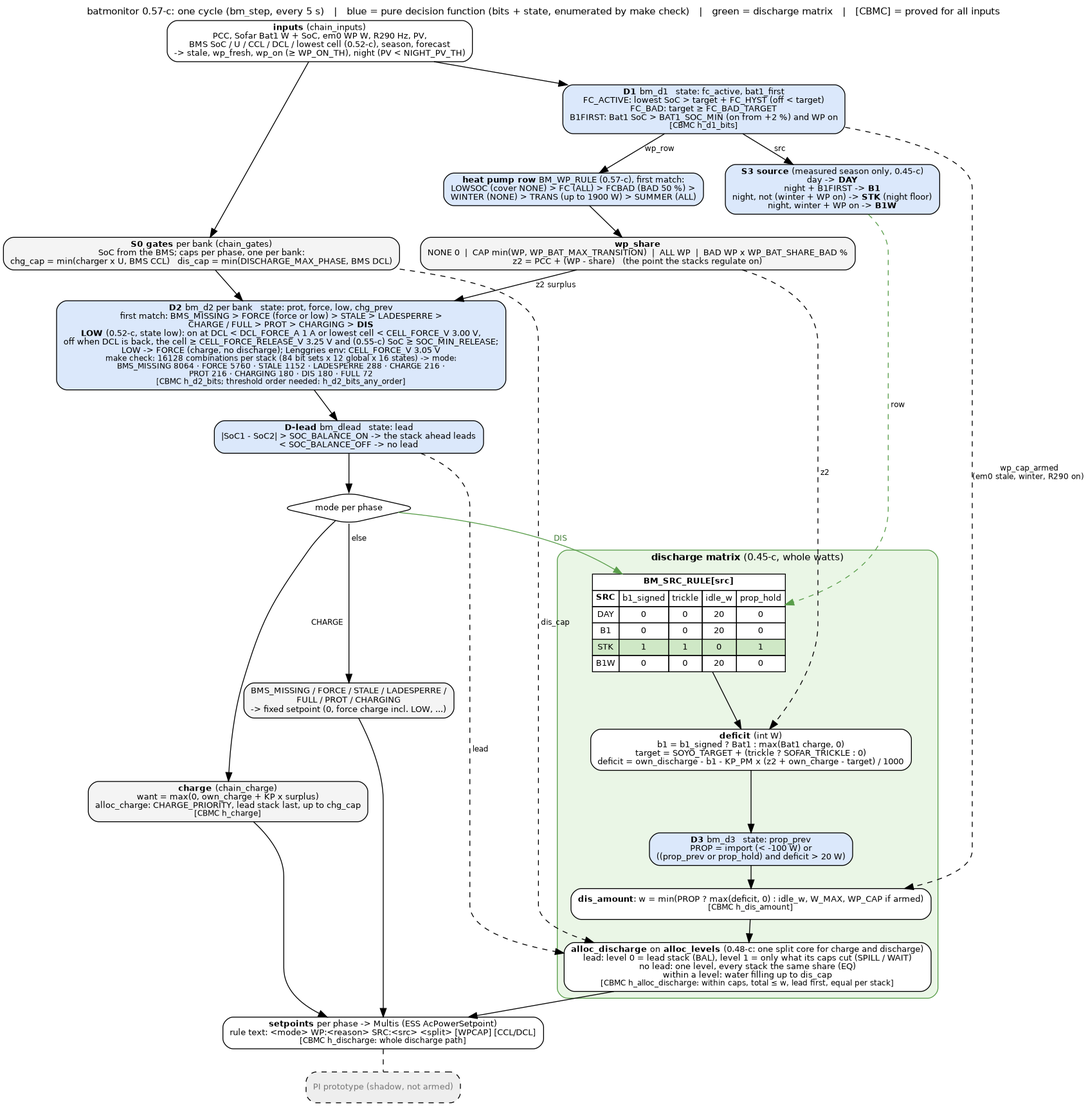
The Graphviz diagram docs/discharge_flow.png in gerontec/victron, before a commit. Its source is kept beside it as docs/discharge_flow.dot.
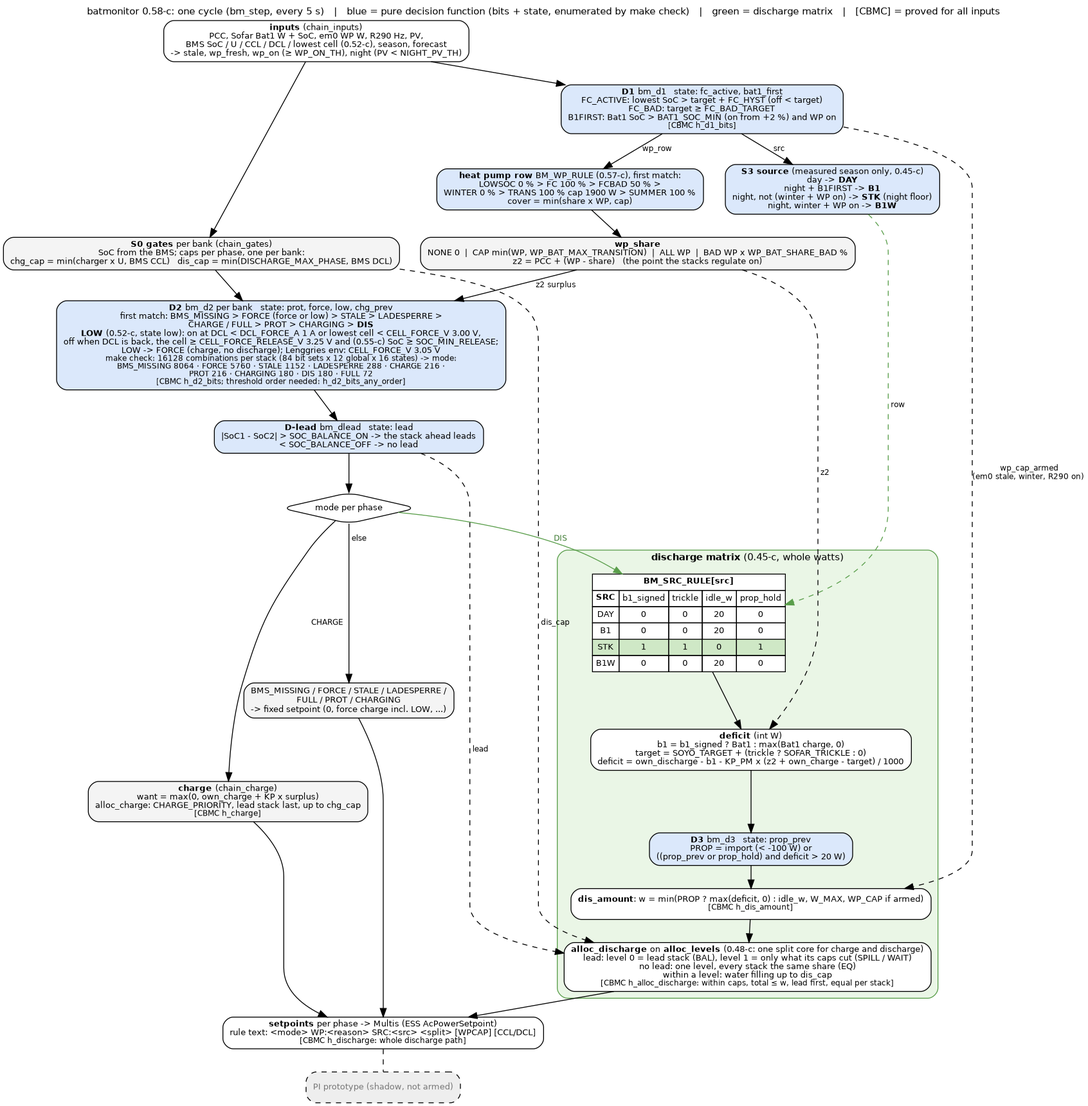
Later version of the same file.

What changed in the source:
```diff
@@ -1,6 +1,6 @@
 digraph batmonitor {
 	graph [rankdir=TB, fontname="Helvetica", fontsize=11, nodesep=0.35, ranksep=0.35, newrank=true,
-		   label="batmonitor 0.57-c: one cycle (bm_step, every 5 s)   |   blue = pure decision function (bits + state, enumerated by make check)   |   green = discharge matrix   |   [CBMC] = proved for all inputs",
+		   label="batmonitor 0.58-c: one cycle (bm_step, every 5 s)   |   blue = pure decision function (bits + state, enumerated by make check)   |   green = discharge matrix   |   [CBMC] = proved for all inputs",
 		   labelloc=t];
 	node [shape=box, style="rounded,filled", fillcolor="#f4f4f4", fontname="Helvetica", fontsize=10];
 	edge [fontname="Helvetica", fontsize=9];
@@ -11,7 +11,7 @@
 
 	src [label=<<b>S3 source</b> (measured season only, 0.45-c)<br/>day -&gt; <b>DAY</b><br/>night + B1FIRST -&gt; <b>B1</b><br/>night, not (winter + WP on) -&gt; <b>STK</b> (night floor)<br/>night, winter + WP on -&gt; <b>B1W</b>>, fillcolor="#dbe8fb"];
 
-	wpk [label=<<b>heat pump row</b> BM_WP_RULE (0.57-c), first match:<br/>LOWSOC (cover NONE) &gt; FC (ALL) &gt; FCBAD (BAD 50 %) &gt;<br/>WINTER (NONE) &gt; TRANS (up to 1900 W) &gt; SUMMER (ALL)>, fillcolor="#dbe8fb"];
+	wpk [label=<<b>heat pump row</b> BM_WP_RULE (0.57-c), first match:<br/>LOWSOC 0 % &gt; FC 100 % &gt; FCBAD 50 % &gt;<br/>WINTER 0 % &gt; TRANS 100 % cap 1900 W &gt; SUMMER 100 %<br/>cover = min(share x WP, cap)>, fillcolor="#dbe8fb"];
 
 	share [label=<<b>wp_share</b><br/>NONE 0  |  CAP min(WP, WP_BAT_MAX_TRANSITION)  |  ALL WP  |  BAD WP x WP_BAT_SHARE_BAD %<br/>z2 = PCC + (WP - share)   (the point the stacks regulate on)>];
 
```
